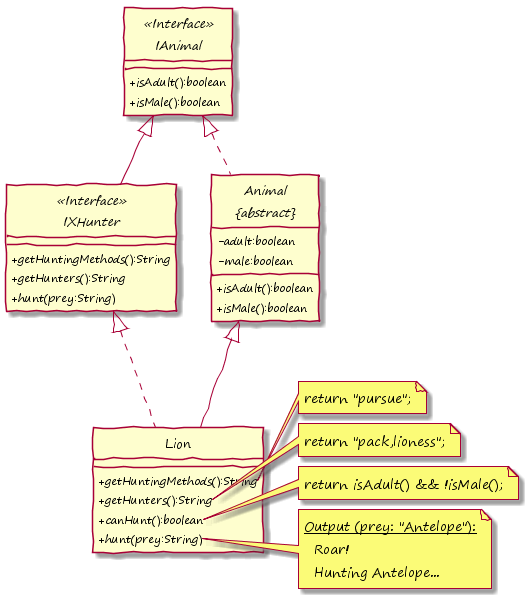
Above: images/PlantUML_ExtendedBy_Processed_Method_Out_Logical.png in KirstenZa/xtend-etai (PlantUML), before the change. The source it was exported from:
```plantuml
@startuml

hide circle
skinparam handwritten true
skinparam DefaultFontName "Segoe Print"
skinparam classAttributeIconSize 0


interface IAnimal <<Interface>> {
    +isAdult():boolean
	+isMale():boolean
}

interface IXHunter <<Interface>> {
    +getHuntingMethods():String
	+getHunters():String
	+hunt(prey:String)
}

abstract class "Animal\n&#123;abstract&#125;" as Animal {
    -adult:boolean
    -male:boolean
	+isAdult():boolean
	+isMale():boolean
}

class Lion {
	+getHuntingMethods():String
	+getHunters():String
	+canHunt():boolean
	+hunt(prey:String)
}

note right of Lion::getHuntingMethods
  return "pursue";
end note

note right of Lion::getHunters
  return "pack,lioness";
end note

note right of Lion::canHunt
  return isAdult() && !isMale();
end note

note right of Lion::hunt
  <u>Output (prey: "Antelope"):</u>
    Roar!
    Hunting Antelope...
end note

Animal .up.|> IAnimal
IXHunter -up-|> IAnimal
Lion -up-|> Animal
Lion .up-|> IXHunter

@enduml
```
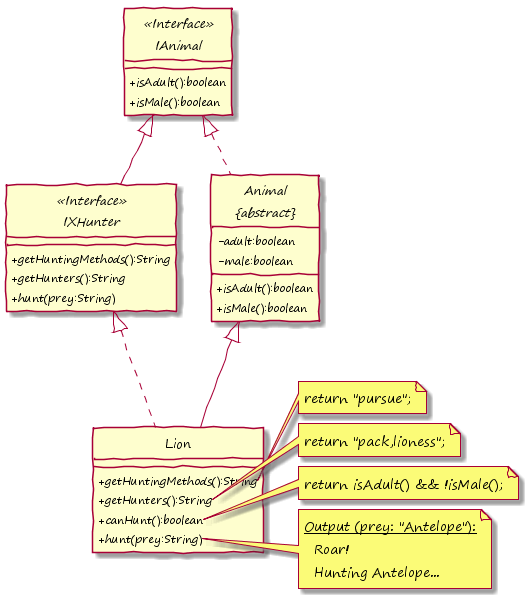
After the change.

Diff of the diagram source:
```diff
@@ -31,19 +31,19 @@
 	+hunt(prey:String)
 }
 
-note right of Lion::getHuntingMethods
+note right of Lion::getHuntingMethods()
   return "pursue";
 end note
 
-note right of Lion::getHunters
+note right of Lion::getHunters()
   return "pack,lioness";
 end note
 
-note right of Lion::canHunt
+note right of Lion::canHunt()
   return isAdult() && !isMale();
 end note
 
-note right of Lion::hunt
+note right of Lion::hunt(prey:String)
   <u>Output (prey: "Antelope"):</u>
     Roar!
     Hunting Antelope...
```
